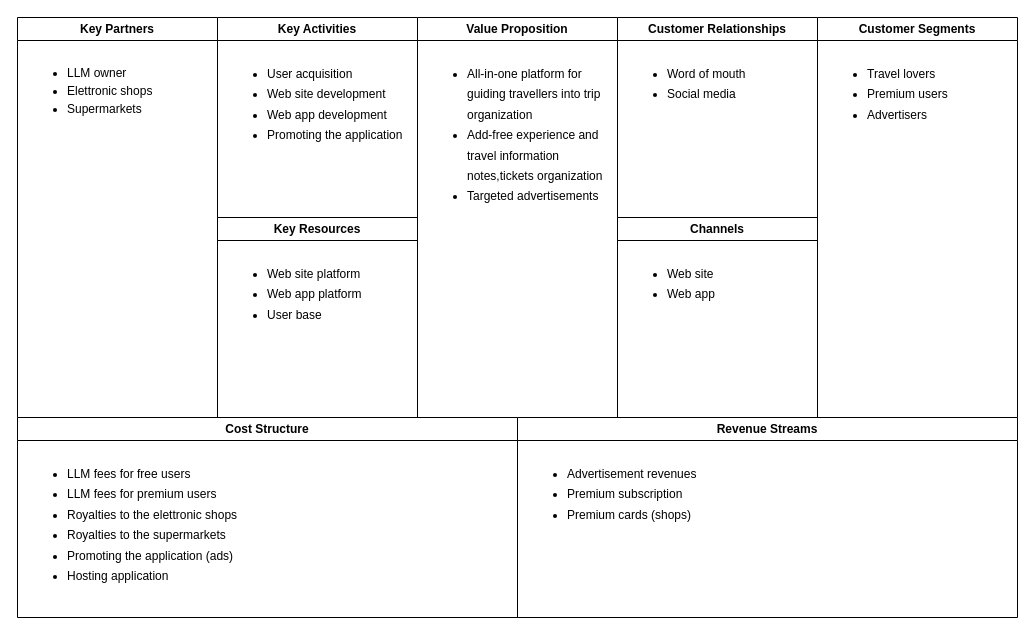
Above: documents/assets/business-model.drawio in DreamSpotAI/dreamspotai.github.io (draw.io), before the change. Source tidied: cells renumbered, new cells numbered last; positions are measured from the earlier drawing's top-left corner, leaving out a move shared by most shapes. Both pictures are drawn from the tidied source at 100%, with x=0, y=0 at pixel (17, 17).
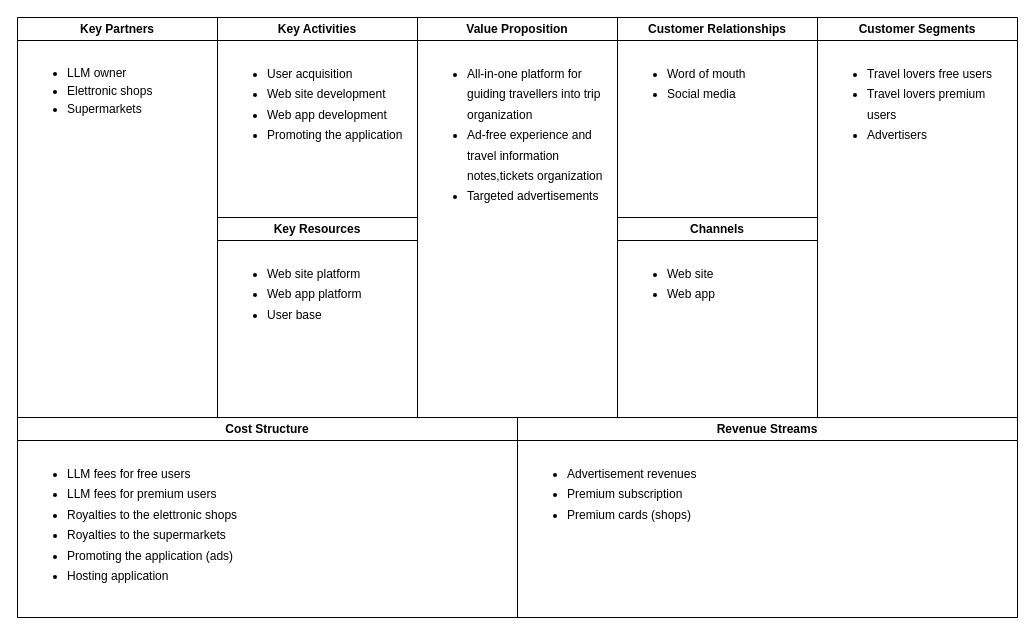
Above is the later version.

What changed in the source:
```diff
@@
 <mxGraphModel>
   <root>
     <mxCell id="0" />
     <mxCell id="1" parent="0" />
     <mxCell id="2" value="Key Partners" style="swimlane;whiteSpace=wrap;html=1;" parent="1" vertex="1">
       <mxGeometry width="200" height="400" as="geometry" />
     </mxCell>
     <mxCell id="3" value="&lt;ul style=&quot;line-height: 150%;&quot;&gt;&lt;li&gt;&lt;span&gt;LLM owner&lt;/span&gt;&lt;/li&gt;&lt;li&gt;&lt;span&gt;Elettronic shops&lt;/span&gt;&lt;/li&gt;&lt;li&gt;&lt;span&gt;Supermarkets&lt;/span&gt;&lt;/li&gt;&lt;/ul&gt;" style="text;strokeColor=none;fillColor=none;html=1;whiteSpace=wrap;verticalAlign=top;overflow=hidden;spacing=0;" parent="2" vertex="1">
       <mxGeometry x="10" y="30" width="180" height="80" as="geometry" />
     </mxCell>
     <mxCell id="4" value="Key Activities" style="swimlane;whiteSpace=wrap;html=1;" parent="1" vertex="1">
       <mxGeometry x="200" width="200" height="200" as="geometry" />
     </mxCell>
     <mxCell id="5" value="&lt;ul style=&quot;line-height: 170%;&quot;&gt;&lt;li&gt;User acquisition&lt;/li&gt;&lt;li&gt;Web site development&lt;/li&gt;&lt;li&gt;Web app&amp;nbsp;development&lt;/li&gt;&lt;li&gt;Promoting the application&lt;/li&gt;&lt;/ul&gt;" style="text;strokeColor=none;fillColor=none;html=1;whiteSpace=wrap;verticalAlign=top;overflow=hidden;spacing=0;" parent="4" vertex="1">
       <mxGeometry x="10" y="30" width="180" height="160" as="geometry" />
     </mxCell>
     <mxCell id="6" value="Key Resources" style="swimlane;whiteSpace=wrap;html=1;" parent="1" vertex="1">
       <mxGeometry x="200" y="200" width="200" height="200" as="geometry" />
     </mxCell>
     <mxCell id="7" value="&lt;ul style=&quot;line-height: 170%;&quot;&gt;&lt;li&gt;Web site platform&lt;/li&gt;&lt;li&gt;Web app platform&lt;/li&gt;&lt;li&gt;User base&lt;/li&gt;&lt;/ul&gt;" style="text;strokeColor=none;fillColor=none;html=1;whiteSpace=wrap;verticalAlign=top;overflow=hidden;spacing=0;" parent="6" vertex="1">
       <mxGeometry x="10" y="30" width="180" height="160" as="geometry" />
     </mxCell>
     <mxCell id="8" value="Value Proposition" style="swimlane;whiteSpace=wrap;html=1;" parent="1" vertex="1">
       <mxGeometry x="400" width="200" height="400" as="geometry" />
     </mxCell>
-    <mxCell id="9" value="&lt;ul style=&quot;line-height: 170%;&quot;&gt;&lt;li&gt;All-in-one platform for guiding travellers into trip organization&lt;/li&gt;&lt;li&gt;Add-free experience and travel information notes,tickets organization&lt;/li&gt;&lt;li&gt;Targeted advertisements&lt;/li&gt;&lt;/ul&gt;" style="text;strokeColor=none;fillColor=none;html=1;whiteSpace=wrap;verticalAlign=top;overflow=hidden;spacing=0;" parent="8" vertex="1">
-      <mxGeometry x="10" y="30" width="180" height="240" as="geometry" />
-    </mxCell>
+    <mxCell id="20" value="&lt;ul style=&quot;line-height: 170%;&quot;&gt;&lt;li&gt;All-in-one platform for guiding travellers into trip organization&lt;/li&gt;&lt;li&gt;Ad-free experience and travel information notes,tickets organization&lt;/li&gt;&lt;li&gt;Targeted advertisements&lt;/li&gt;&lt;/ul&gt;" style="text;strokeColor=none;fillColor=none;html=1;whiteSpace=wrap;verticalAlign=top;overflow=hidden;spacing=0;" parent="8" vertex="1">
+      <mxGeometry x="10" y="30" width="180" height="240" as="geometry" />
+    </mxCell>
     <mxCell id="10" value="Customer Relationships" style="swimlane;whiteSpace=wrap;html=1;" parent="1" vertex="1">
       <mxGeometry x="600" width="200" height="200" as="geometry" />
     </mxCell>
     <mxCell id="11" value="&lt;ul style=&quot;line-height: 170%;&quot;&gt;&lt;li&gt;Word of mouth&lt;/li&gt;&lt;li&gt;Social media&lt;/li&gt;&lt;/ul&gt;" style="text;strokeColor=none;fillColor=none;html=1;whiteSpace=wrap;verticalAlign=top;overflow=hidden;spacing=0;" parent="10" vertex="1">
       <mxGeometry x="10" y="30" width="180" height="160" as="geometry" />
     </mxCell>
     <mxCell id="12" value="Channels" style="swimlane;whiteSpace=wrap;html=1;" parent="1" vertex="1">
       <mxGeometry x="600" y="200" width="200" height="200" as="geometry" />
     </mxCell>
     <mxCell id="13" value="&lt;ul style=&quot;line-height: 170%;&quot;&gt;&lt;li&gt;Web site&lt;/li&gt;&lt;li&gt;Web app&lt;/li&gt;&lt;/ul&gt;" style="text;strokeColor=none;fillColor=none;html=1;whiteSpace=wrap;verticalAlign=top;overflow=hidden;spacing=0;" parent="12" vertex="1">
       <mxGeometry x="10" y="30" width="180" height="160" as="geometry" />
     </mxCell>
     <mxCell id="14" value="Customer Segments" style="swimlane;whiteSpace=wrap;html=1;" parent="1" vertex="1">
       <mxGeometry x="800" width="200" height="400" as="geometry" />
     </mxCell>
-    <mxCell id="15" value="&lt;ul style=&quot;line-height: 170%;&quot;&gt;&lt;li&gt;Travel lovers&lt;/li&gt;&lt;li&gt;Premium users&lt;/li&gt;&lt;li&gt;Advertisers&lt;/li&gt;&lt;/ul&gt;" style="text;strokeColor=none;fillColor=none;html=1;whiteSpace=wrap;verticalAlign=top;overflow=hidden;spacing=0;" parent="14" vertex="1">
-      <mxGeometry x="10" y="30" width="180" height="160" as="geometry" />
-    </mxCell>
+    <mxCell id="21" value="&lt;ul style=&quot;line-height: 170%;&quot;&gt;&lt;li&gt;Travel lovers free users&lt;/li&gt;&lt;li&gt;Travel lovers premium users&lt;/li&gt;&lt;li&gt;Advertisers&lt;/li&gt;&lt;/ul&gt;" style="text;strokeColor=none;fillColor=none;html=1;whiteSpace=wrap;verticalAlign=top;overflow=hidden;spacing=0;" parent="14" vertex="1">
+      <mxGeometry x="10" y="30" width="180" height="160" as="geometry" />
+    </mxCell>
     <mxCell id="16" value="Cost Structure" style="swimlane;whiteSpace=wrap;html=1;" parent="1" vertex="1">
       <mxGeometry y="400" width="500" height="200" as="geometry" />
     </mxCell>
     <mxCell id="17" value="&lt;ul style=&quot;line-height: 170%;&quot;&gt;&lt;li&gt;LLM fees for free users&lt;/li&gt;&lt;li&gt;LLM fees for premium users&lt;/li&gt;&lt;li&gt;Royalties to the&amp;nbsp;&lt;span&gt;elettronic shops&lt;/span&gt;&lt;/li&gt;&lt;li&gt;Royalties to the&amp;nbsp;&lt;span&gt;supermarkets&lt;/span&gt;&lt;/li&gt;&lt;li&gt;Promoting the application (ads)&lt;/li&gt;&lt;li&gt;Hosting application&lt;/li&gt;&lt;/ul&gt;" style="text;strokeColor=none;fillColor=none;html=1;whiteSpace=wrap;verticalAlign=top;overflow=hidden;spacing=0;" parent="16" vertex="1">
       <mxGeometry x="10" y="30" width="480" height="160" as="geometry" />
     </mxCell>
     <mxCell id="18" value="Revenue Streams" style="swimlane;whiteSpace=wrap;html=1;" parent="1" vertex="1">
       <mxGeometry x="500" y="400" width="500" height="200" as="geometry" />
     </mxCell>
     <mxCell id="19" value="&lt;ul style=&quot;line-height: 170%;&quot;&gt;&lt;li&gt;Advertisement revenues&lt;/li&gt;&lt;li&gt;Premium subscription&lt;/li&gt;&lt;li&gt;Premium cards (shops)&lt;/li&gt;&lt;/ul&gt;" style="text;strokeColor=none;fillColor=none;html=1;whiteSpace=wrap;verticalAlign=top;overflow=hidden;spacing=0;" parent="18" vertex="1">
       <mxGeometry x="10" y="30" width="480" height="160" as="geometry" />
     </mxCell>
   </root>
 </mxGraphModel>
```
